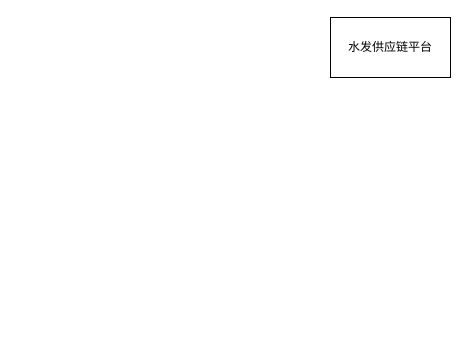
Before: 未命名绘图.drawio in crawlerWPS/drawing, a draw.io diagram. Source tidied: cells renumbered, new cells numbered last; positions are measured from the earlier drawing's top-left corner, leaving out a move shared by most shapes. Both pictures are drawn from the tidied source at 100%, with x=0, y=0 at pixel (330, 17).
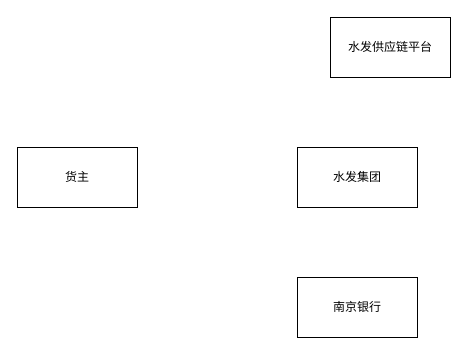
Above is the later version.

Commit message (it also covers changes not shown here):
更新未命名绘图.drawio

What changed in the source:
```diff
@@
 <mxGraphModel>
   <root>
     <mxCell id="0" />
     <mxCell id="1" parent="0" />
     <mxCell id="2" value="水发供应链平台" style="rounded=0;whiteSpace=wrap;html=1;" parent="1" vertex="1">
       <mxGeometry width="120" height="60" as="geometry" />
     </mxCell>
+    <mxCell id="3" value="水发集团" style="rounded=0;whiteSpace=wrap;html=1;" parent="1" vertex="1">
+      <mxGeometry x="-33" y="130" width="120" height="60" as="geometry" />
+    </mxCell>
+    <mxCell id="4" value="南京银行" style="whiteSpace=wrap;html=1;" parent="1" vertex="1">
+      <mxGeometry x="-33" y="260" width="120" height="60" as="geometry" />
+    </mxCell>
+    <mxCell id="5" value="货主" style="whiteSpace=wrap;html=1;" parent="1" vertex="1">
+      <mxGeometry x="-313" y="130" width="120" height="60" as="geometry" />
+    </mxCell>
   </root>
 </mxGraphModel>
```
